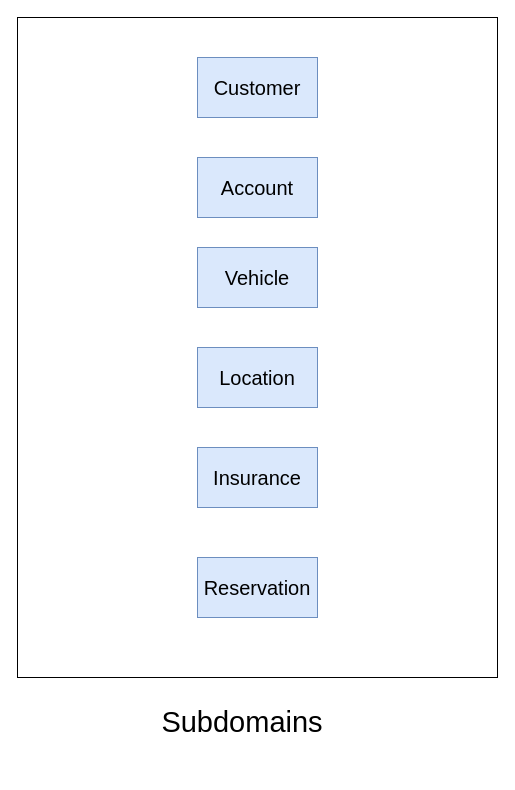
Earlier version of the draw.io diagram page "Domain" (1 of 3) of OnlineCarReservaction.drawio (nguyenha1311/ha-diagrams). Source tidied: cells renumbered, new cells numbered last; positions are measured from the earlier drawing's top-left corner, leaving out a move shared by most shapes. Both pictures are drawn from the tidied source at 100%, with x=0, y=0 at pixel (17, 17).
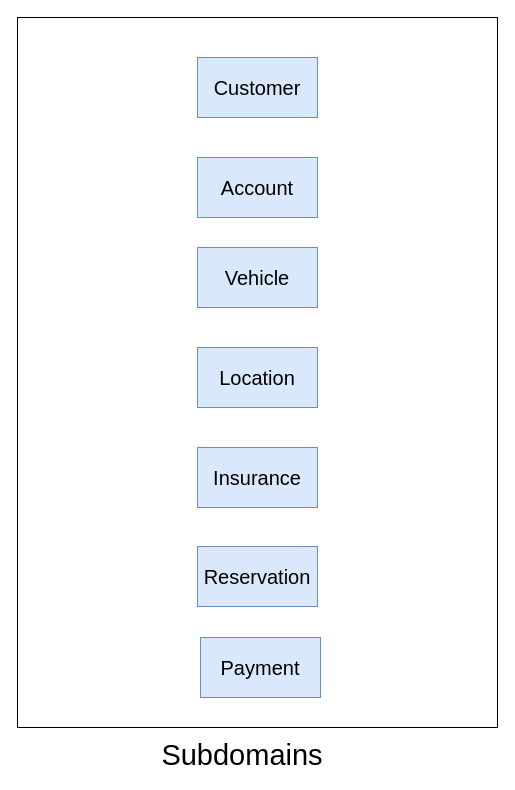
After the change.

Change to the diagram source:
```diff
@@
 <mxGraphModel>
   <root>
     <mxCell id="0" />
     <mxCell id="1" parent="0" />
     <mxCell id="2" style="rounded=0;whiteSpace=wrap;html=1;fontSize=20;fillColor=none;" parent="1" vertex="1">
-      <mxGeometry width="480" height="660" as="geometry" />
+      <mxGeometry width="480" height="710" as="geometry" />
     </mxCell>
     <mxCell id="3" value="&lt;font style=&quot;font-size: 20px;&quot;&gt;Customer&lt;/font&gt;" style="rounded=0;whiteSpace=wrap;html=1;fillColor=#dae8fc;strokeColor=#6c8ebf;" parent="1" vertex="1">
       <mxGeometry x="180" y="40" width="120" height="60" as="geometry" />
     </mxCell>
     <mxCell id="4" value="&lt;font style=&quot;font-size: 20px;&quot;&gt;Account&lt;/font&gt;" style="rounded=0;whiteSpace=wrap;html=1;fillColor=#dae8fc;strokeColor=#6c8ebf;" parent="1" vertex="1">
       <mxGeometry x="180" y="140" width="120" height="60" as="geometry" />
     </mxCell>
     <mxCell id="5" value="&lt;font style=&quot;font-size: 20px;&quot;&gt;Vehicle&lt;/font&gt;" style="rounded=0;whiteSpace=wrap;html=1;fillColor=#dae8fc;strokeColor=#6c8ebf;" parent="1" vertex="1">
       <mxGeometry x="180" y="230" width="120" height="60" as="geometry" />
     </mxCell>
     <mxCell id="6" value="&lt;font style=&quot;font-size: 20px;&quot;&gt;Location&lt;/font&gt;" style="rounded=0;whiteSpace=wrap;html=1;fillColor=#dae8fc;strokeColor=#6c8ebf;" parent="1" vertex="1">
       <mxGeometry x="180" y="330" width="120" height="60" as="geometry" />
     </mxCell>
     <mxCell id="7" value="&lt;font style=&quot;font-size: 20px;&quot;&gt;Reservation&lt;/font&gt;" style="rounded=0;whiteSpace=wrap;html=1;fillColor=#dae8fc;strokeColor=#6c8ebf;" parent="1" vertex="1">
-      <mxGeometry x="180" y="540" width="120" height="60" as="geometry" />
+      <mxGeometry x="180" y="529" width="120" height="60" as="geometry" />
     </mxCell>
     <mxCell id="8" value="&lt;font style=&quot;font-size: 20px;&quot;&gt;Insurance&lt;/font&gt;" style="rounded=0;whiteSpace=wrap;html=1;fillColor=#dae8fc;strokeColor=#6c8ebf;" parent="1" vertex="1">
       <mxGeometry x="180" y="430" width="120" height="60" as="geometry" />
     </mxCell>
     <mxCell id="9" value="&lt;font style=&quot;font-size: 29px;&quot;&gt;Subdomains&lt;/font&gt;" style="text;html=1;strokeColor=none;fillColor=none;align=center;verticalAlign=middle;whiteSpace=wrap;rounded=0;fontSize=20;" parent="1" vertex="1">
-      <mxGeometry x="195" y="690" width="60" height="30" as="geometry" />
+      <mxGeometry x="195" y="723" width="60" height="30" as="geometry" />
     </mxCell>
+    <mxCell id="10" value="&lt;font style=&quot;font-size: 20px;&quot;&gt;Payment&lt;/font&gt;" style="rounded=0;whiteSpace=wrap;html=1;fillColor=#dae8fc;strokeColor=#6c8ebf;" parent="1" vertex="1">
+      <mxGeometry x="183" y="620" width="120" height="60" as="geometry" />
+    </mxCell>
   </root>
 </mxGraphModel>
```
